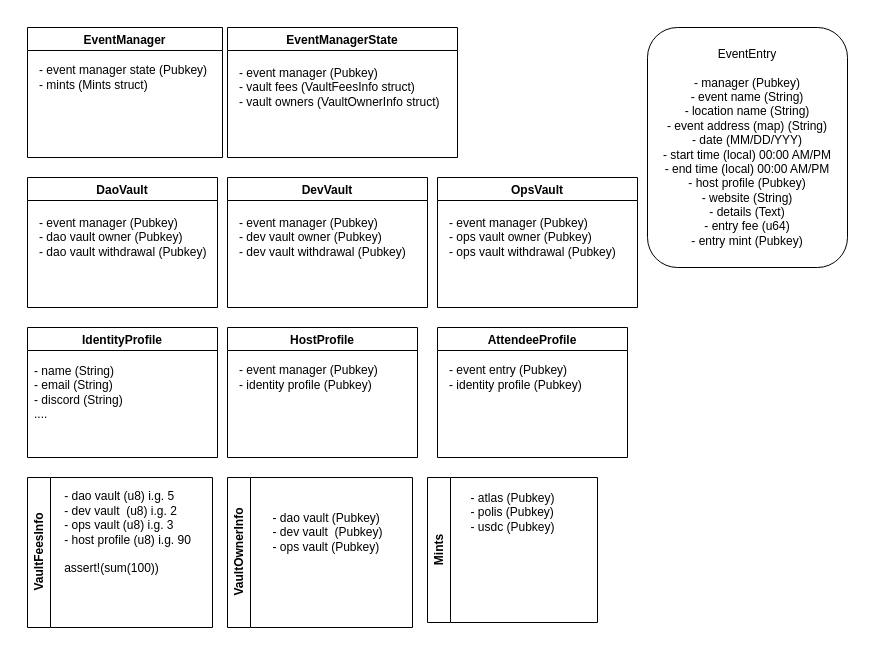
This is docs/meetups.drawio from ttdonovan/staratlas-meetups, a draw.io file, before an edit. Source tidied: cells renumbered, new cells numbered last; positions are measured from the earlier drawing's top-left corner, leaving out a move shared by most shapes. Both pictures are drawn from the tidied source at 100%, with x=0, y=0 at pixel (27, 27).
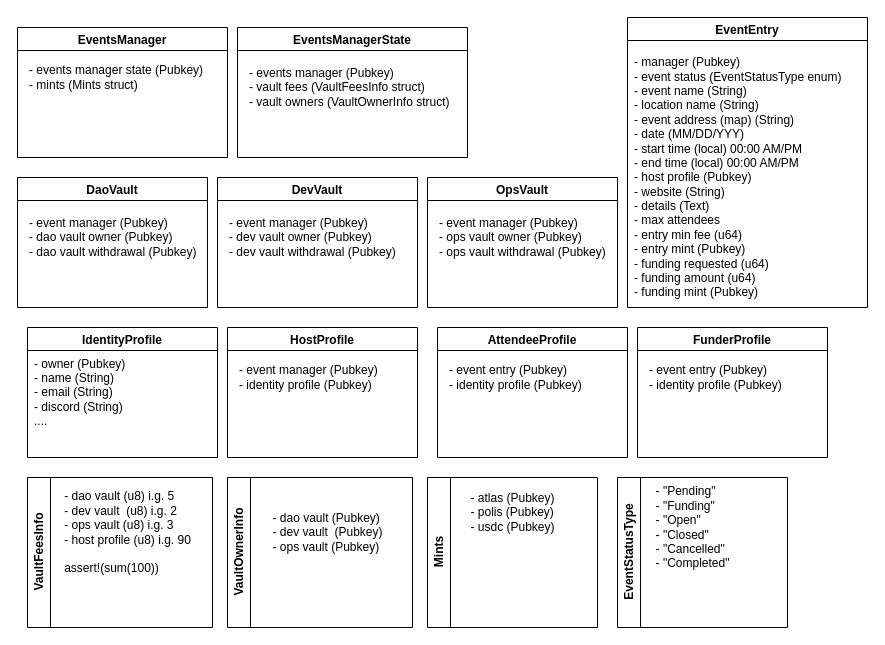
Above is the later version.

The change refers to these unchanged cells:
```xml
<mxCell id="15" value="IdentityProfile" style="swimlane;startSize=23;" parent="1" vertex="1">
  <mxGeometry y="300" width="190" height="130" as="geometry" />
</mxCell>
```

Diff of the diagram source:
```diff
@@
-    <mxCell id="2" value="&lt;div style=&quot;&quot;&gt;&lt;span style=&quot;background-color: initial;&quot;&gt;EventEntry&lt;/span&gt;&lt;/div&gt;&lt;div style=&quot;&quot;&gt;&lt;span style=&quot;background-color: initial;&quot;&gt;&lt;br&gt;&lt;/span&gt;&lt;/div&gt;&lt;div style=&quot;&quot;&gt;- manager (Pubkey)&lt;/div&gt;&lt;div style=&quot;&quot;&gt;- event name (String)&lt;/div&gt;&lt;div style=&quot;&quot;&gt;- location name (String)&lt;/div&gt;&lt;div style=&quot;&quot;&gt;- event address (map) (String)&lt;/div&gt;&lt;div style=&quot;&quot;&gt;- date (MM/DD/YYY)&lt;/div&gt;&lt;div style=&quot;&quot;&gt;- start time (local) 00:00 AM/PM&lt;/div&gt;&lt;div style=&quot;&quot;&gt;- end time (local) 00:00 AM/PM&lt;/div&gt;&lt;div style=&quot;&quot;&gt;- host profile (Pubkey)&lt;/div&gt;&lt;div style=&quot;&quot;&gt;- website (String)&lt;/div&gt;&lt;div style=&quot;&quot;&gt;- details (Text)&lt;/div&gt;&lt;div style=&quot;&quot;&gt;- entry fee (u64)&lt;/div&gt;&lt;div style=&quot;&quot;&gt;- entry mint (Pubkey)&lt;/div&gt;" style="rounded=1;whiteSpace=wrap;html=1;align=center;" parent="1" vertex="1">
-      <mxGeometry x="620" width="200" height="240" as="geometry" />
-    </mxCell>
@@
     <mxCell id="5" value="DaoVault" style="swimlane;startSize=23;" parent="1" vertex="1">
-      <mxGeometry y="150" width="190" height="130" as="geometry" />
+      <mxGeometry x="-10" y="150" width="190" height="130" as="geometry" />
     </mxCell>
@@
     <mxCell id="7" value="DevVault" style="swimlane;startSize=23;" parent="1" vertex="1">
-      <mxGeometry x="200" y="150" width="200" height="130" as="geometry" />
+      <mxGeometry x="190" y="150" width="200" height="130" as="geometry" />
     </mxCell>
@@
     <mxCell id="9" value="OpsVault" style="swimlane;startSize=23;" parent="1" vertex="1">
-      <mxGeometry x="410" y="150" width="200" height="130" as="geometry" />
+      <mxGeometry x="400" y="150" width="190" height="130" as="geometry" />
     </mxCell>
@@
-    <mxCell id="11" value="EventManager" style="swimlane;startSize=23;" parent="1" vertex="1">
-      <mxGeometry width="195" height="130" as="geometry" />
+    <mxCell id="11" value="EventsManager" style="swimlane;startSize=23;" parent="1" vertex="1">
+      <mxGeometry x="-10" width="210" height="130" as="geometry" />
     </mxCell>
-    <mxCell id="12" value="- event manager state (Pubkey)&lt;br&gt;- mints (Mints struct)" style="text;html=1;align=left;verticalAlign=middle;strokeColor=none;fillColor=none;" parent="11" vertex="1">
-      <mxGeometry x="10" y="30" width="190" height="40" as="geometry" />
+    <mxCell id="12" value="- events manager state (Pubkey)&lt;br&gt;- mints (Mints struct)" style="text;html=1;align=left;verticalAlign=middle;strokeColor=none;fillColor=none;" parent="11" vertex="1">
+      <mxGeometry x="10" y="30" width="200" height="40" as="geometry" />
     </mxCell>
-    <mxCell id="13" value="EventManagerState" style="swimlane;startSize=23;" parent="1" vertex="1">
-      <mxGeometry x="200" width="230" height="130" as="geometry" />
+    <mxCell id="13" value="EventsManagerState" style="swimlane;startSize=23;" parent="1" vertex="1">
+      <mxGeometry x="210" width="230" height="130" as="geometry" />
     </mxCell>
-    <mxCell id="14" value="- event manager (Pubkey)&lt;br&gt;- vault fees (VaultFeesInfo struct)&lt;br&gt;- vault owners (VaultOwnerInfo struct)" style="text;html=1;align=left;verticalAlign=middle;strokeColor=none;fillColor=none;" parent="13" vertex="1">
+    <mxCell id="14" value="- events manager (Pubkey)&lt;br&gt;- vault fees (VaultFeesInfo struct)&lt;br&gt;- vault owners (VaultOwnerInfo struct)" style="text;html=1;align=left;verticalAlign=middle;strokeColor=none;fillColor=none;" parent="13" vertex="1">
       <mxGeometry x="10" y="30" width="220" height="60" as="geometry" />
     </mxCell>
@@
-    <mxCell id="16" value="- name (String)&lt;br&gt;- email (String)&lt;br&gt;- discord (String)&lt;br&gt;...." style="text;html=1;align=left;verticalAlign=middle;strokeColor=none;fillColor=none;" parent="15" vertex="1">
-      <mxGeometry x="5" y="30" width="110" height="70" as="geometry" />
+    <mxCell id="16" value="- owner (Pubkey)&lt;br&gt;- name (String)&lt;br&gt;- email (String)&lt;br&gt;- discord (String)&lt;br&gt;...." style="text;html=1;align=left;verticalAlign=middle;strokeColor=none;fillColor=none;" parent="15" vertex="1">
+      <mxGeometry x="5" y="20" width="110" height="90" as="geometry" />
     </mxCell>
@@
     <mxCell id="21" value="Mints" style="swimlane;horizontal=0;whiteSpace=wrap;html=1;" parent="1" vertex="1">
-      <mxGeometry x="400" y="450" width="170" height="145" as="geometry" />
+      <mxGeometry x="400" y="450" width="170" height="150" as="geometry" />
     </mxCell>
@@
+    <mxCell id="25" value="EventStatusType" style="swimlane;horizontal=0;whiteSpace=wrap;html=1;" parent="1" vertex="1">
+      <mxGeometry x="590" y="450" width="170" height="150" as="geometry" />
+    </mxCell>
+    <mxCell id="26" value="&lt;div style=&quot;&quot;&gt;&lt;div style=&quot;text-align: left;&quot;&gt;&lt;span style=&quot;background-color: initial;&quot;&gt;- &quot;Pending&quot;&lt;/span&gt;&lt;/div&gt;&lt;div style=&quot;text-align: left;&quot;&gt;&lt;span style=&quot;background-color: initial;&quot;&gt;- &quot;Funding&quot;&lt;br&gt;&lt;/span&gt;&lt;/div&gt;&lt;div style=&quot;text-align: left;&quot;&gt;&lt;span style=&quot;background-color: initial;&quot;&gt;- &quot;Open&quot;&lt;/span&gt;&lt;/div&gt;&lt;span style=&quot;background-color: initial;&quot;&gt;&lt;div style=&quot;text-align: left;&quot;&gt;&lt;span style=&quot;background-color: initial;&quot;&gt;- &quot;Closed&quot;&lt;/span&gt;&lt;/div&gt;&lt;div style=&quot;text-align: left;&quot;&gt;&lt;span style=&quot;background-color: initial;&quot;&gt;- &quot;Cancelled&quot;&lt;/span&gt;&lt;/div&gt;&lt;div style=&quot;text-align: left;&quot;&gt;&lt;span style=&quot;background-color: initial;&quot;&gt;- &quot;Completed&quot;&lt;/span&gt;&lt;/div&gt;&lt;/span&gt;&lt;/div&gt;&lt;div style=&quot;text-align: left;&quot;&gt;&lt;/div&gt;" style="text;html=1;align=center;verticalAlign=middle;strokeColor=none;fillColor=none;" parent="25" vertex="1">
+      <mxGeometry x="25" width="100" height="100" as="geometry" />
+    </mxCell>
+    <mxCell id="27" value="EventEntry" style="swimlane;startSize=23;" parent="1" vertex="1">
+      <mxGeometry x="600" y="-10" width="240" height="290" as="geometry" />
+    </mxCell>
+    <mxCell id="28" value="&lt;div style=&quot;&quot;&gt;- manager (Pubkey)&lt;/div&gt;&lt;div style=&quot;&quot;&gt;- event status (EventStatusType enum)&lt;/div&gt;&lt;div style=&quot;&quot;&gt;- event name (String)&lt;/div&gt;&lt;div style=&quot;&quot;&gt;- location name (String)&lt;/div&gt;&lt;div style=&quot;&quot;&gt;- event address (map) (String)&lt;/div&gt;&lt;div style=&quot;&quot;&gt;- date (MM/DD/YYY)&lt;/div&gt;&lt;div style=&quot;&quot;&gt;- start time (local) 00:00 AM/PM&lt;/div&gt;&lt;div style=&quot;&quot;&gt;- end time (local) 00:00 AM/PM&lt;/div&gt;&lt;div style=&quot;&quot;&gt;- host profile (Pubkey)&lt;/div&gt;&lt;div style=&quot;&quot;&gt;- website (String)&lt;/div&gt;&lt;div style=&quot;&quot;&gt;- details (Text)&lt;/div&gt;&lt;div style=&quot;&quot;&gt;- max attendees&lt;/div&gt;&lt;div style=&quot;&quot;&gt;- entry min fee (u64)&lt;/div&gt;&lt;div style=&quot;&quot;&gt;- entry mint (Pubkey)&lt;/div&gt;&lt;div style=&quot;&quot;&gt;- funding requested (u64)&lt;/div&gt;&lt;div style=&quot;&quot;&gt;- funding amount (u64)&lt;/div&gt;&lt;div style=&quot;&quot;&gt;- funding mint (Pubkey)&lt;/div&gt;" style="text;html=1;align=left;verticalAlign=middle;strokeColor=none;fillColor=none;" parent="27" vertex="1">
+      <mxGeometry x="5" y="30" width="230" height="260" as="geometry" />
+    </mxCell>
+    <mxCell id="29" value="FunderProfile" style="swimlane;startSize=23;" parent="1" vertex="1">
+      <mxGeometry x="610" y="300" width="190" height="130" as="geometry" />
+    </mxCell>
+    <mxCell id="30" value="- event entry (Pubkey)&lt;br&gt;- identity profile (Pubkey)" style="text;html=1;align=left;verticalAlign=middle;strokeColor=none;fillColor=none;" parent="29" vertex="1">
+      <mxGeometry x="10" y="30" width="160" height="40" as="geometry" />
+    </mxCell>
```
